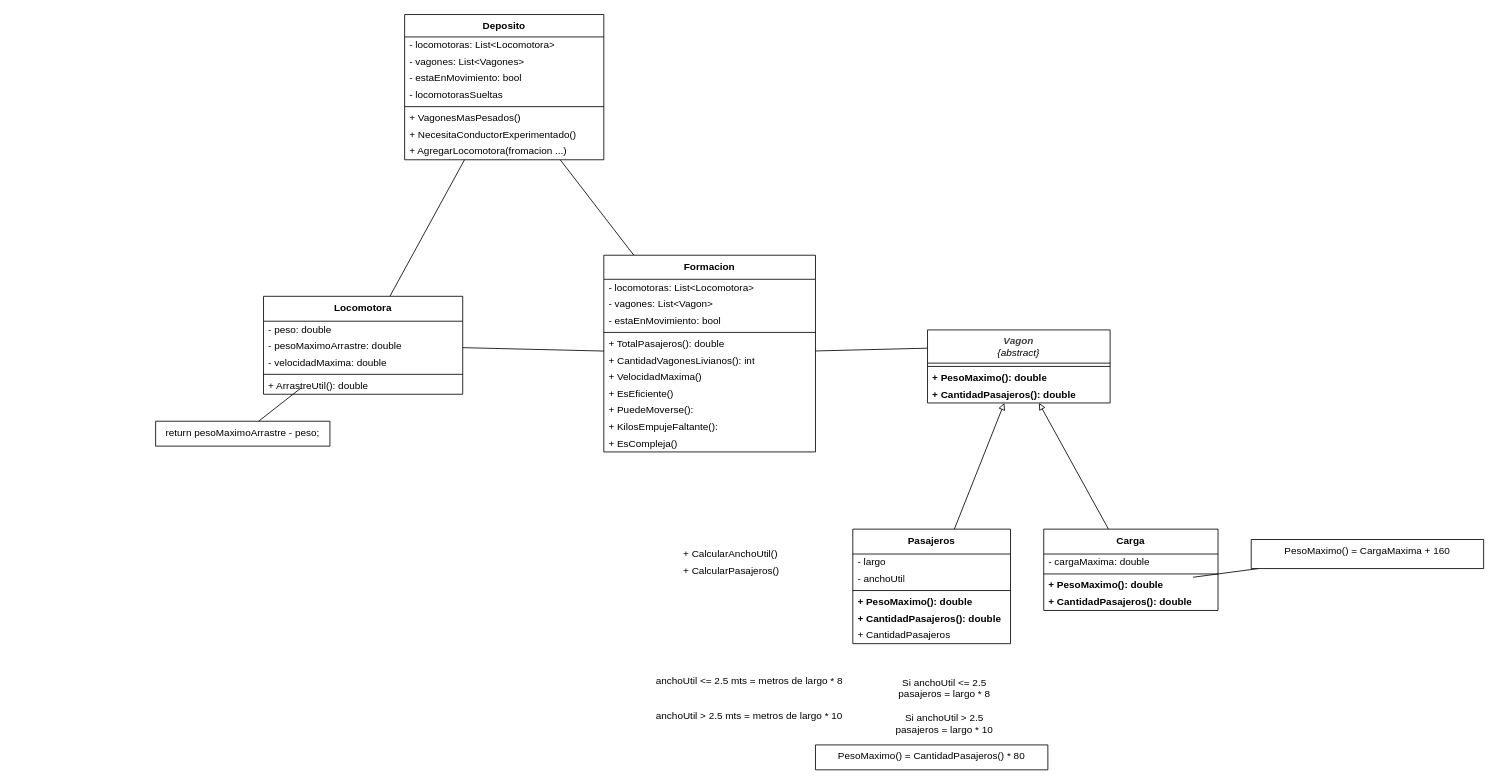
Above: src/TrenesyDepositos/EJTrenesDepositosCS.dio in gastonjavierricchiardi/ejercicios-csharp-utn-2026 (draw.io), before the change. Source tidied: cells renumbered, new cells numbered last; positions are measured from the earlier drawing's top-left corner, leaving out a move shared by most shapes. Both pictures are drawn from the tidied source at 83%, with x=0, y=0 at pixel (155, 14).
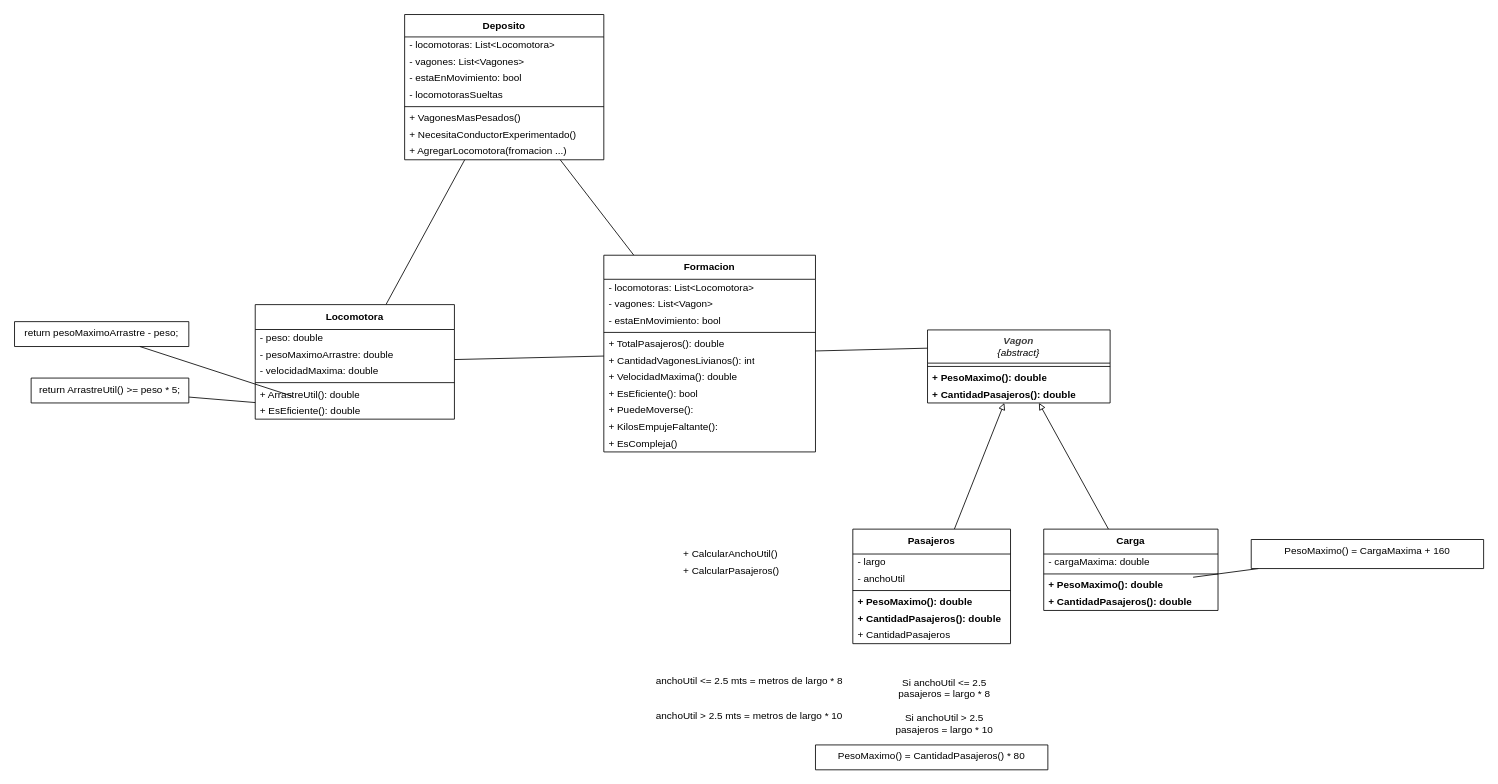
The same page after the edit.

Commit message:
Subimos el diagrama

Unchanged cells that the change refers to:
```xml
<mxCell id="42" value="&lt;b&gt;Formacion&lt;/b&gt;" style="swimlane;fontStyle=0;align=center;verticalAlign=top;horizontal=1;startSize=29;html=1;whiteSpace=wrap;" parent="1" vertex="1">
  <mxGeometry x="540" y="290" width="255" height="237" as="geometry" />
</mxCell>
```

The edit, as a diff of the source:
```diff
@@
     <mxCell id="34" value="&lt;b&gt;Locomotora&lt;/b&gt;" style="swimlane;fontStyle=0;align=center;verticalAlign=top;horizontal=1;startSize=30;html=1;whiteSpace=wrap;" parent="1" vertex="1">
-      <mxGeometry x="130" y="339.5" width="240" height="118" as="geometry" />
+      <mxGeometry x="120" y="349.5" width="240" height="138" as="geometry" />
     </mxCell>
@@
+    <mxCell id="61" value="+ EsEficiente(): double" style="text;html=1;strokeColor=none;fillColor=none;align=left;verticalAlign=middle;spacingLeft=4;spacingRight=4;overflow=hidden;points=[[0,0.5],[1,0.5]];portConstraint=eastwest;whiteSpace=wrap;" parent="34" vertex="1">
+      <mxGeometry y="118" width="240" height="20" as="geometry" />
+    </mxCell>
@@
-    <mxCell id="49" value="+ VelocidadMaxima()" style="text;html=1;strokeColor=none;fillColor=none;align=left;verticalAlign=middle;spacingLeft=4;spacingRight=4;overflow=hidden;whiteSpace=wrap;" parent="42" vertex="1">
+    <mxCell id="49" value="+ VelocidadMaxima(): double" style="text;html=1;strokeColor=none;fillColor=none;align=left;verticalAlign=middle;spacingLeft=4;spacingRight=4;overflow=hidden;whiteSpace=wrap;" parent="42" vertex="1">
       <mxGeometry y="137" width="255" height="20" as="geometry" />
     </mxCell>
-    <mxCell id="50" value="+ EsEficiente()" style="text;html=1;strokeColor=none;fillColor=none;align=left;verticalAlign=middle;spacingLeft=4;spacingRight=4;overflow=hidden;whiteSpace=wrap;" parent="42" vertex="1">
+    <mxCell id="50" value="+ EsEficiente(): bool" style="text;html=1;strokeColor=none;fillColor=none;align=left;verticalAlign=middle;spacingLeft=4;spacingRight=4;overflow=hidden;whiteSpace=wrap;" parent="42" vertex="1">
       <mxGeometry y="157" width="255" height="20" as="geometry" />
     </mxCell>
@@
     <mxCell id="59" value="return pesoMaximoArrastre - peso;" style="shape=note2;boundedLbl=1;whiteSpace=wrap;html=1;size=0;verticalAlign=top;align=center;" parent="1" vertex="1">
-      <mxGeometry y="490" width="210" height="30" as="geometry" />
+      <mxGeometry x="-170" y="370" width="210" height="30" as="geometry" />
     </mxCell>
@@
+    <mxCell id="62" style="edgeStyle=none;html=1;endArrow=none;endFill=0;" parent="1" edge="1" source="63" target="61">
+      <mxGeometry relative="1" as="geometry" />
+    </mxCell>
+    <mxCell id="63" value="return ArrastreUtil() &amp;gt;= peso * 5;" style="shape=note2;boundedLbl=1;whiteSpace=wrap;html=1;size=0;verticalAlign=top;align=center;" parent="1" vertex="1">
+      <mxGeometry x="-150" y="438" width="190" height="30" as="geometry" />
+    </mxCell>
```
